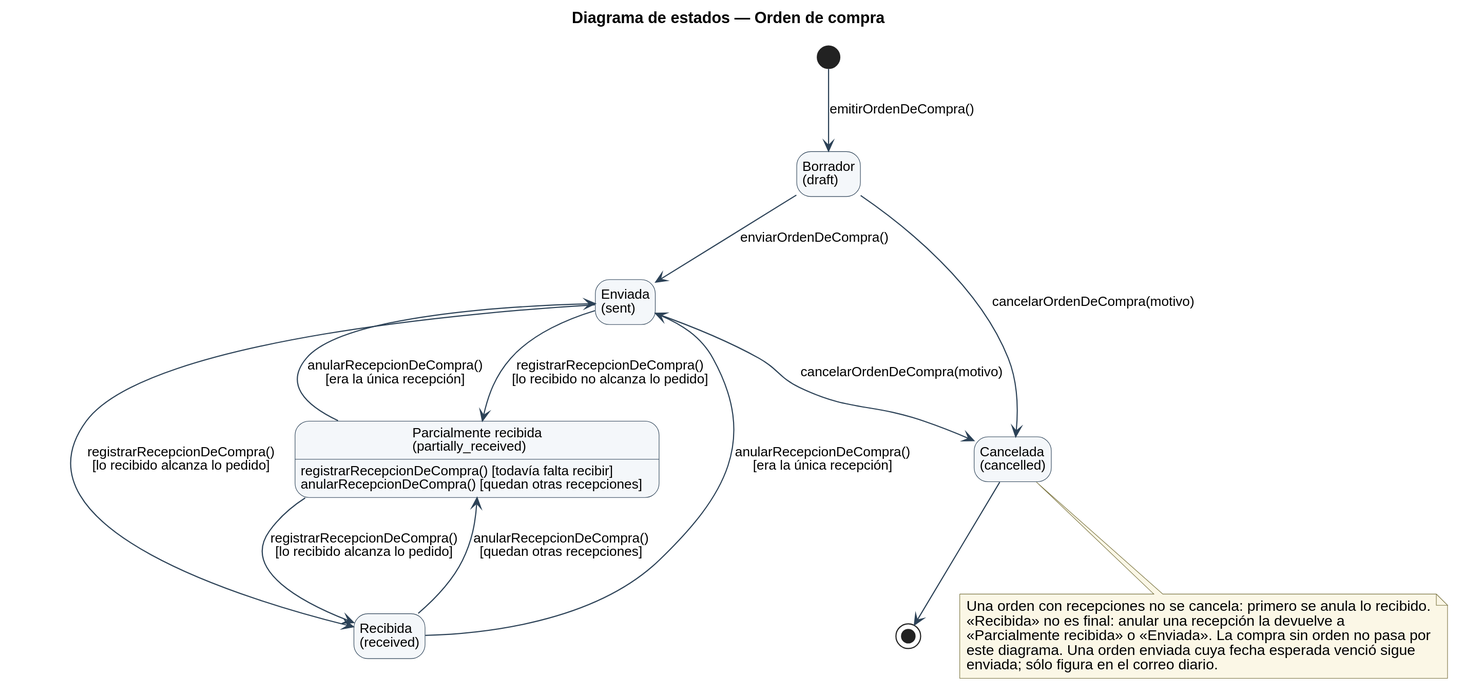
This is diagramas/uml/UML_Estados_OrdenDeCompra.svg from Nahuelito-Dev/splg-docs, a PlantUML export, as it was before one commit.
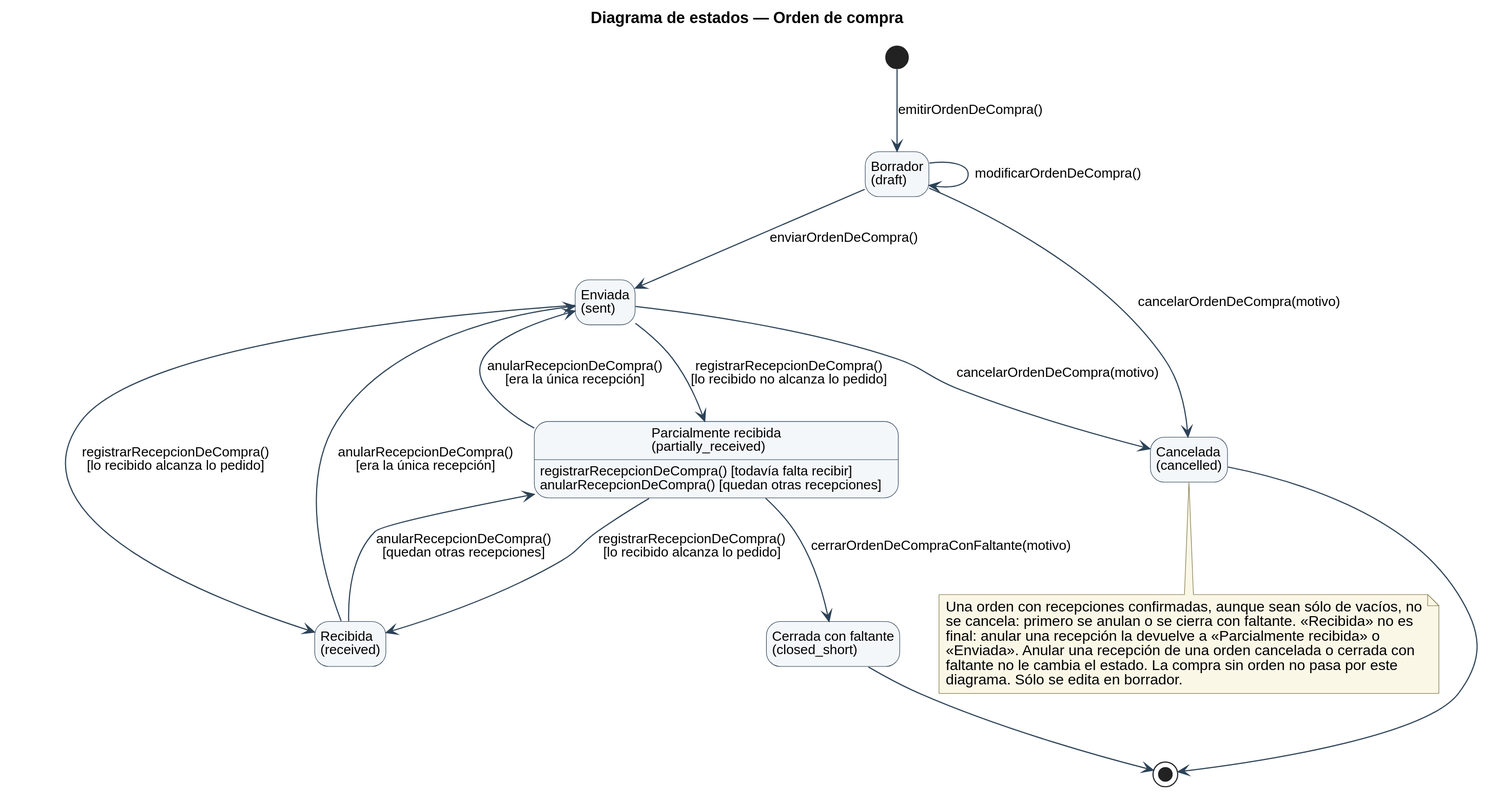
After the commit.

Change to the diagram source:
```diff
@@ -21,9 +21,11 @@
 state "Enviada\n(sent)" as sent
 state "Parcialmente recibida\n(partially_received)" as partial
 state "Recibida\n(received)" as received
+state "Cerrada con faltante\n(closed_short)" as closedshort
 state "Cancelada\n(cancelled)" as cancelled
 
 [*] --> draft : emitirOrdenDeCompra()
+draft --> draft : modificarOrdenDeCompra()
 draft --> sent : enviarOrdenDeCompra()
 draft --> cancelled : cancelarOrdenDeCompra(motivo)
 sent --> cancelled : cancelarOrdenDeCompra(motivo)
@@ -32,16 +34,19 @@
 partial : registrarRecepcionDeCompra() [todavía falta recibir]
 partial : anularRecepcionDeCompra() [quedan otras recepciones]
 partial --> received : registrarRecepcionDeCompra()\n[lo recibido alcanza lo pedido]
+partial --> closedshort : cerrarOrdenDeCompraConFaltante(motivo)
 received --> partial : anularRecepcionDeCompra()\n[quedan otras recepciones]
 received --> sent : anularRecepcionDeCompra()\n[era la única recepción]
 partial --> sent : anularRecepcionDeCompra()\n[era la única recepción]
 cancelled --> [*]
+closedshort --> [*]
 
 note bottom of cancelled
-  Una orden con recepciones no se cancela: primero se anula lo recibido.
-  «Recibida» no es final: anular una recepción la devuelve a
-  «Parcialmente recibida» o «Enviada». La compra sin orden no pasa por
-  este diagrama. Una orden enviada cuya fecha esperada venció sigue
-  enviada; sólo figura en el correo diario.
+  Una orden con recepciones confirmadas, aunque sean sólo de vacíos, no
+  se cancela: primero se anulan o se cierra con faltante. «Recibida» no es
+  final: anular una recepción la devuelve a «Parcialmente recibida» o
+  «Enviada». Anular una recepción de una orden cancelada o cerrada con
+  faltante no le cambia el estado. La compra sin orden no pasa por este
+  diagrama. Sólo se edita en borrador.
 end note
 @enduml
```
